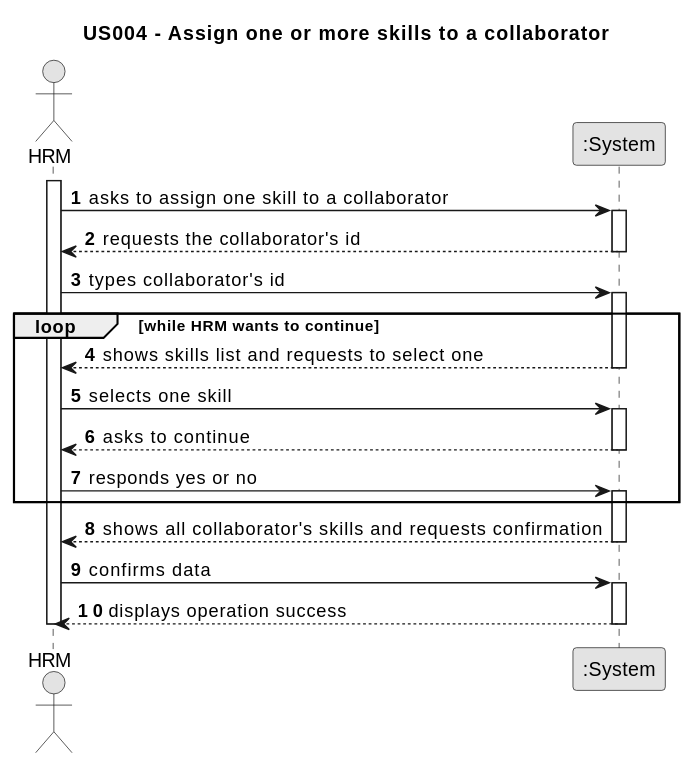
Departamento-de-Engenharia-Informatica/lei-24-s2-1dm-g132 keeps this PlantUML diagram as docs/sprintB/us004/01.requirements-engineering/svg/us004-system-sequence-diagram.svg. Above is the earlier version.
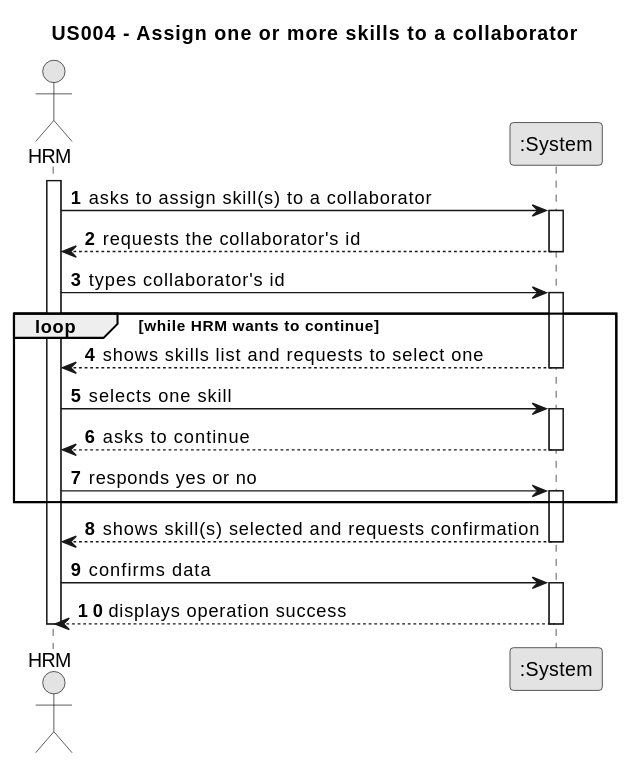
After the commit.

Diff of the diagram source:
```diff
@@ -12,7 +12,7 @@
 
 activate Employee
 
-    Employee -> System : asks to assign one skill to a collaborator
+    Employee -> System : asks to assign skill(s) to a collaborator
     activate System
 
     System --> Employee : requests the collaborator's id
@@ -34,7 +34,7 @@
     Employee -> System : responds yes or no
     activate System
     end
-    System --> Employee : shows all collaborator's skills and requests confirmation
+    System --> Employee : shows skill(s) selected and requests confirmation
     deactivate System
 
     Employee -> System : confirms data
```
